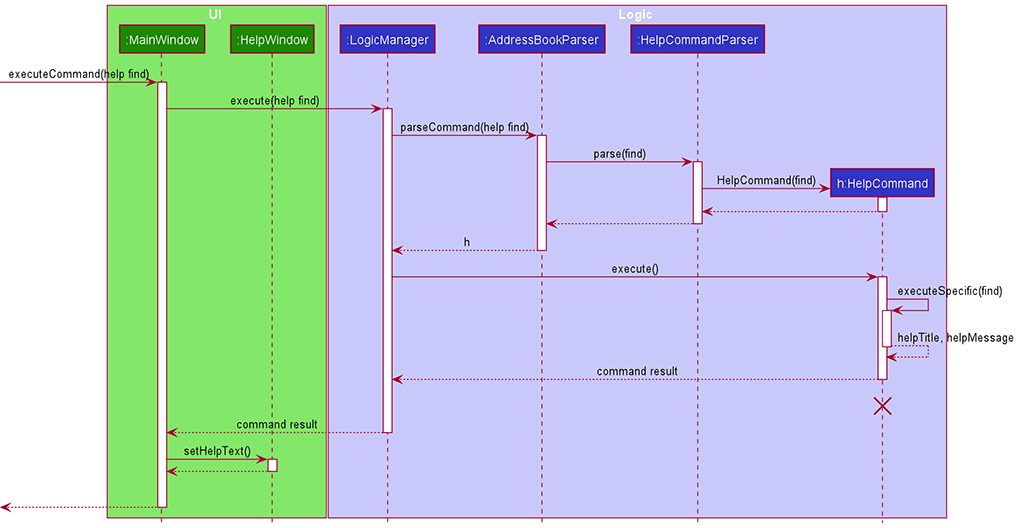
Before: docs/images/HelpSequenceDiagram2.png, a diagram exported from PlantUML (nus-cs2103-AY2021S2/tp). Its source is kept beside it as docs/diagrams/HelpSequenceDiagram2.puml.
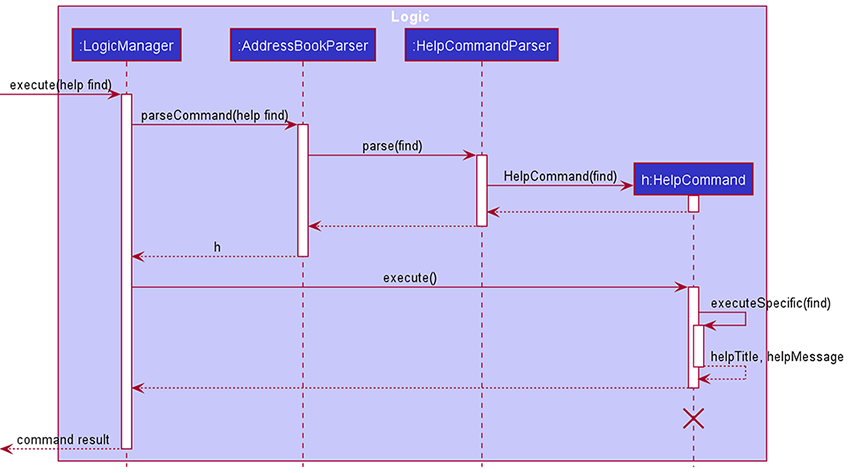
The same file after the commit.

Commit message:
Finalise DG help implementation draft

Diff of the diagram source:
```diff
@@ -1,10 +1,6 @@
 @startuml
 !include style.puml
 
-box UI UI_COLOR_T1
-participant ":MainWindow" as MainWindow UI_COLOR
-participant ":HelpWindow" as HelpWindow UI_COLOR
-end box
 
 box Logic LOGIC_COLOR_T1
 participant ":LogicManager" as LogicManager LOGIC_COLOR
@@ -13,10 +9,8 @@
 participant "h:HelpCommand" as HelpCommand LOGIC_COLOR
 end box
 
-[-> MainWindow : executeCommand(help find)
-activate MainWindow
 
-MainWindow -> LogicManager : execute(help find)
+[-> LogicManager : execute(help find)
 activate LogicManager
 
 LogicManager -> AddressBookParser : parseCommand(help find)
@@ -49,22 +43,14 @@
 HelpCommand --> HelpCommand : helpTitle, helpMessage
 deactivate HelpCommand
 
-HelpCommand --> LogicManager : command result
+HelpCommand --> LogicManager :
 deactivate HelpCommand
 HelpCommand -[hidden]-> LogicManager : command result
 destroy HelpCommand
 
-MainWindow <-- LogicManager : command result
+[<-- LogicManager : command result
 deactivate LogicManager
 
-MainWindow -> HelpWindow : setHelpText()
-activate HelpWindow
 
-HelpWindow --> MainWindow
-deactivate HelpWindow
-
-MainWindow -[hidden]-> MainWindow
-[<-- MainWindow
-deactivate MainWindow
 
 @enduml
```
